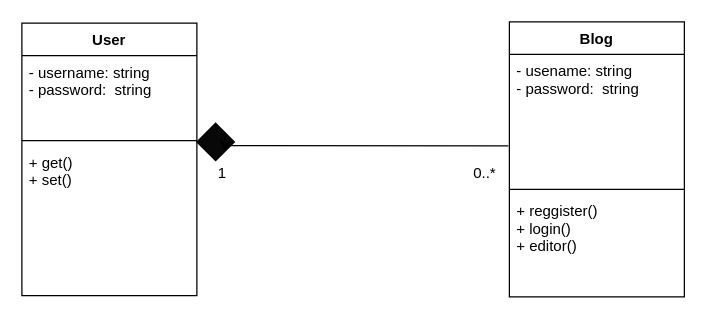
Before: login/uml/Group1_uml_class.drawio in rongshujin/MyProject, a draw.io diagram. Source tidied: cells renumbered, new cells numbered last; positions are measured from the earlier drawing's top-left corner, leaving out a move shared by most shapes. Both pictures are drawn from the tidied source at 125%, with x=0, y=0 at pixel (21, 21).
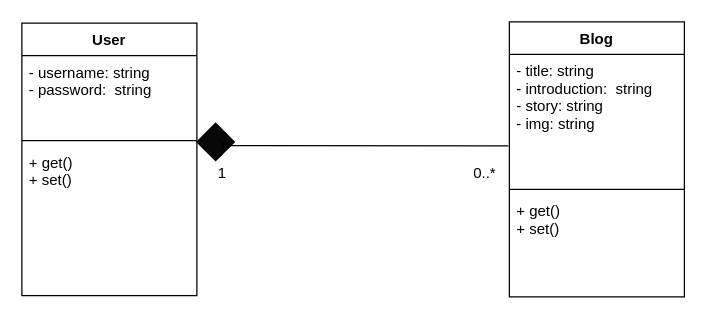
Above is the later version.

Diff of the diagram source:
```diff
@@
 <mxGraphModel>
   <root>
     <mxCell id="0" />
     <mxCell id="1" parent="0" />
     <mxCell id="2" value="User" style="swimlane;fontStyle=1;align=center;verticalAlign=top;horizontal=1;startSize=26;" parent="1" vertex="1">
       <mxGeometry y="1" width="140" height="218" as="geometry" />
     </mxCell>
     <mxCell id="3" value="- username: string&#10;- password:  string&#10;" style="text;strokeColor=none;fillColor=none;align=left;verticalAlign=top;spacingLeft=4;spacingRight=4;overflow=hidden;" parent="2" vertex="1">
       <mxGeometry y="26" width="140" height="64" as="geometry" />
     </mxCell>
     <mxCell id="4" style="line;strokeWidth=1;fillColor=none;align=left;verticalAlign=middle;spacingTop=-1;spacingLeft=3;spacingRight=3;labelPosition=right;" parent="2" vertex="1">
       <mxGeometry y="90" width="140" height="8" as="geometry" />
     </mxCell>
     <mxCell id="5" value="+ get()&#10;+ set()&#10;" style="text;strokeColor=none;fillColor=none;align=left;verticalAlign=top;spacingLeft=4;spacingRight=4;overflow=hidden;" parent="2" vertex="1">
       <mxGeometry y="98" width="140" height="120" as="geometry" />
     </mxCell>
     <mxCell id="6" value="Blog" style="swimlane;fontStyle=1;align=center;verticalAlign=top;horizontal=1;startSize=26;" parent="1" vertex="1">
       <mxGeometry x="390" width="140" height="220" as="geometry" />
     </mxCell>
-    <mxCell id="7" value="- usename: string&#10;- password:  string" style="text;strokeColor=none;fillColor=none;align=left;verticalAlign=top;spacingLeft=4;spacingRight=4;overflow=hidden;points=[[0,0.5],[1,0.5]];portConstraint=eastwest;" parent="6" vertex="1">
+    <mxCell id="7" value="- title: string&#10;- introduction:  string&#10;- story: string&#10;- img: string" style="text;strokeColor=none;fillColor=none;align=left;verticalAlign=top;spacingLeft=4;spacingRight=4;overflow=hidden;points=[[0,0.5],[1,0.5]];portConstraint=eastwest;" parent="6" vertex="1">
       <mxGeometry y="26" width="140" height="104" as="geometry" />
     </mxCell>
     <mxCell id="8" style="line;strokeWidth=1;fillColor=none;align=left;verticalAlign=middle;spacingTop=-1;spacingLeft=3;spacingRight=3;labelPosition=right;" parent="6" vertex="1">
       <mxGeometry y="130" width="140" height="8" as="geometry" />
     </mxCell>
-    <mxCell id="9" value="+ reggister()&#10;+ login()&#10;+ editor()&#10;" style="text;strokeColor=none;fillColor=none;align=left;verticalAlign=top;spacingLeft=4;spacingRight=4;overflow=hidden;" parent="6" vertex="1">
+    <mxCell id="9" value="+ get()&#10;+ set()&#10;&#10;" style="text;strokeColor=none;fillColor=none;align=left;verticalAlign=top;spacingLeft=4;spacingRight=4;overflow=hidden;" parent="6" vertex="1">
       <mxGeometry y="138" width="140" height="82" as="geometry" />
     </mxCell>
     <mxCell id="10" style="edgeStyle=orthogonalEdgeStyle;rounded=0;jettySize=auto;html=1;exitX=0;exitY=0;exitDx=0;exitDy=0;" parent="1" edge="1" source="11">
       <mxGeometry relative="1" as="geometry">
         <mxPoint x="160" y="101" as="targetPoint" />
       </mxGeometry>
     </mxCell>
     <mxCell id="11" style="rhombus;whiteSpace=wrap;html=1;rounded=0;fillColor=#080808;" parent="1" vertex="1">
       <mxGeometry x="140" y="81" width="30" height="30" as="geometry" />
     </mxCell>
     <mxCell id="12" style="endArrow=none;html=1;rounded=0;entryX=-0.006;entryY=0.704;entryDx=0;entryDy=0;entryPerimeter=0;" parent="1" edge="1" target="7">
       <mxGeometry relative="1" as="geometry">
         <mxPoint x="160" y="99" as="sourcePoint" />
       </mxGeometry>
     </mxCell>
     <mxCell id="13" style="edgeStyle=orthogonalEdgeStyle;rounded=0;orthogonalLoop=1;jettySize=auto;html=1;exitX=1;exitY=0;exitDx=0;exitDy=0;entryX=1;entryY=1;entryDx=0;entryDy=0;" parent="1" edge="1" source="11" target="11">
       <mxGeometry relative="1" as="geometry" />
     </mxCell>
     <mxCell id="14" value="1" style="text;html=1;align=center;verticalAlign=middle;strokeColor=none;fillColor=none;" parent="1" vertex="1">
       <mxGeometry x="150" y="111" width="20" height="20" as="geometry" />
     </mxCell>
     <mxCell id="15" value="0..*" style="text;html=1;align=center;verticalAlign=middle;strokeColor=none;fillColor=none;" parent="1" vertex="1">
       <mxGeometry x="355" y="111" width="30" height="20" as="geometry" />
     </mxCell>
   </root>
 </mxGraphModel>
```
